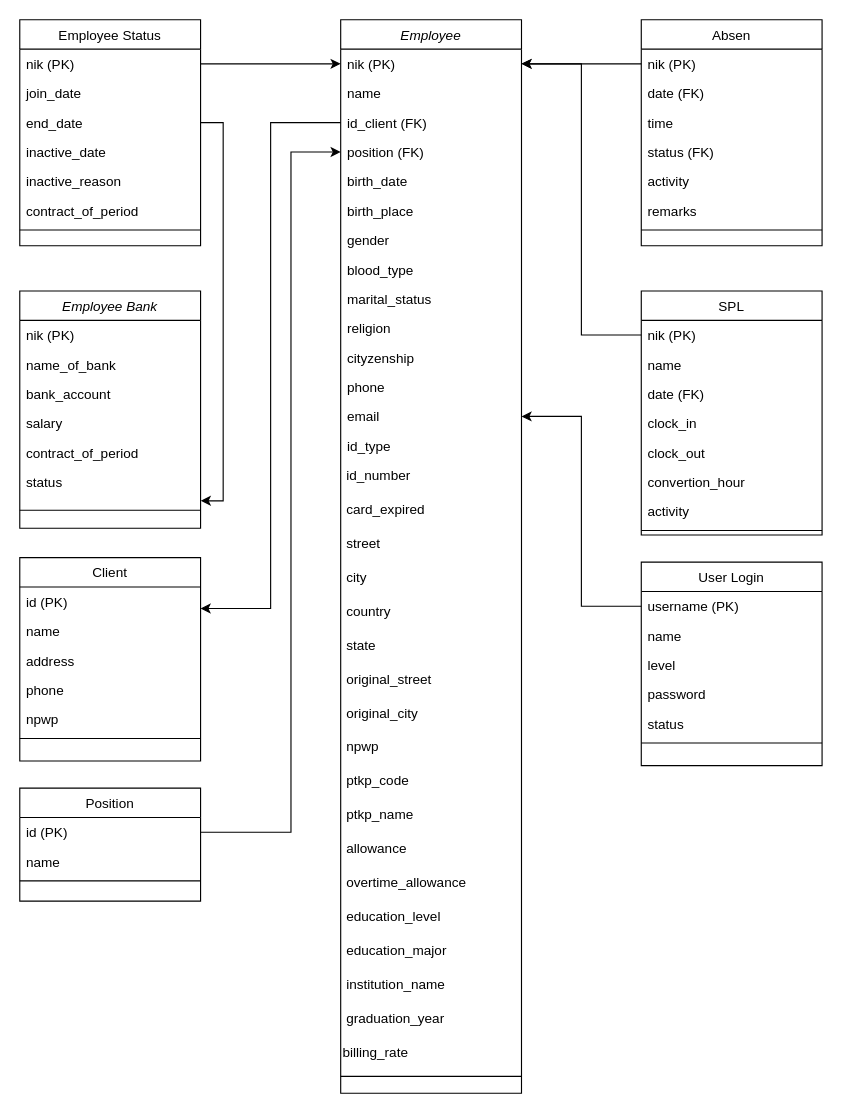
w4hyud1/leni_karyawan keeps this draw.io diagram as ERD.drawio. Above is the earlier version. Source tidied: cells renumbered, new cells numbered last; positions are measured from the earlier drawing's top-left corner, leaving out a move shared by most shapes. Both pictures are drawn from the tidied source at 113%, with x=0, y=0 at pixel (19, 19).
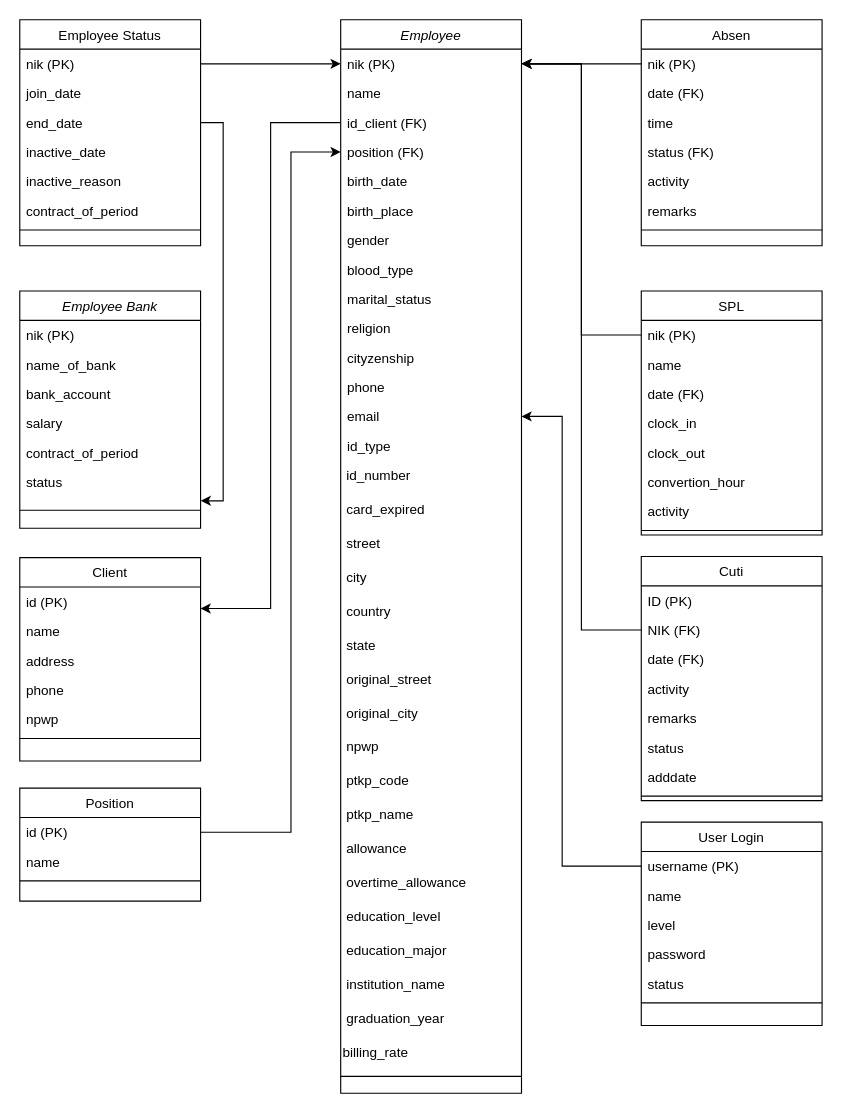
The same page after the edit.

The change refers to these unchanged cells:
```xml
<mxCell id="27" value="nik (PK)" style="text;align=left;verticalAlign=top;spacingLeft=4;spacingRight=4;overflow=hidden;points=[[0,0.5],[1,0.5]];portConstraint=eastwest;rounded=0;shadow=0;html=0;" parent="26" vertex="1">
  <mxGeometry y="26" width="160" height="26" as="geometry" />
</mxCell>
<mxCell id="39" value="email" style="text;align=left;verticalAlign=top;spacingLeft=4;spacingRight=4;overflow=hidden;points=[[0,0.5],[1,0.5]];portConstraint=eastwest;rounded=0;shadow=0;html=0;" parent="26" vertex="1">
  <mxGeometry y="338" width="160" height="26" as="geometry" />
</mxCell>
<mxCell id="81" value="username (PK)" style="text;align=left;verticalAlign=top;spacingLeft=4;spacingRight=4;overflow=hidden;points=[[0,0.5],[1,0.5]];portConstraint=eastwest;" parent="80" vertex="1">
  <mxGeometry y="26" width="160" height="26" as="geometry" />
</mxCell>
```

Change to the diagram source:
```diff
@@
     <mxCell id="80" value="User Login" style="swimlane;fontStyle=0;align=center;verticalAlign=top;horizontal=1;startSize=26;rounded=0;shadow=0;strokeWidth=1;" parent="1" vertex="1">
-      <mxGeometry x="550" y="480" width="160" height="180" as="geometry" />
+      <mxGeometry x="550" y="710" width="160" height="180" as="geometry" />
     </mxCell>
@@
     <mxCell id="92" style="edgeStyle=orthogonalEdgeStyle;rounded=0;jettySize=auto;html=1;exitX=0;exitY=0.5;exitDx=0;exitDy=0;entryX=1;entryY=0.5;entryDx=0;entryDy=0;" parent="1" edge="1" source="81" target="39">
-      <mxGeometry relative="1" as="geometry" />
+      <mxGeometry relative="1" as="geometry">
+        <Array as="points">
+          <mxPoint x="480" y="749" />
+          <mxPoint x="480" y="351" />
+        </Array>
+      </mxGeometry>
     </mxCell>
@@
+    <mxCell id="94" value="Cuti" style="swimlane;fontStyle=0;align=center;verticalAlign=top;horizontal=1;startSize=26;rounded=0;shadow=0;strokeWidth=1;" parent="1" vertex="1">
+      <mxGeometry x="550" y="475" width="160" height="216" as="geometry" />
+    </mxCell>
+    <mxCell id="95" value="ID (PK)" style="text;align=left;verticalAlign=top;spacingLeft=4;spacingRight=4;overflow=hidden;" parent="94" vertex="1">
+      <mxGeometry y="26" width="160" height="26" as="geometry" />
+    </mxCell>
+    <mxCell id="96" value="NIK (FK)" style="text;align=left;verticalAlign=top;spacingLeft=4;spacingRight=4;overflow=hidden;points=[[0,0.5],[1,0.5]];portConstraint=eastwest;" parent="94" vertex="1">
+      <mxGeometry y="52" width="160" height="26" as="geometry" />
+    </mxCell>
+    <mxCell id="97" value="date (FK)" style="text;align=left;verticalAlign=top;spacingLeft=4;spacingRight=4;overflow=hidden;" parent="94" vertex="1">
+      <mxGeometry y="78" width="160" height="26" as="geometry" />
+    </mxCell>
+    <mxCell id="98" value="activity" style="text;align=left;verticalAlign=top;spacingLeft=4;spacingRight=4;overflow=hidden;" parent="94" vertex="1">
+      <mxGeometry y="104" width="160" height="26" as="geometry" />
+    </mxCell>
+    <mxCell id="99" value="remarks" style="text;align=left;verticalAlign=top;spacingLeft=4;spacingRight=4;overflow=hidden;" parent="94" vertex="1">
+      <mxGeometry y="130" width="160" height="26" as="geometry" />
+    </mxCell>
+    <mxCell id="100" value="status" style="text;align=left;verticalAlign=top;spacingLeft=4;spacingRight=4;overflow=hidden;" parent="94" vertex="1">
+      <mxGeometry y="156" width="160" height="26" as="geometry" />
+    </mxCell>
+    <mxCell id="101" value="adddate" style="text;align=left;verticalAlign=top;spacingLeft=4;spacingRight=4;overflow=hidden;" parent="94" vertex="1">
+      <mxGeometry y="182" width="160" height="26" as="geometry" />
+    </mxCell>
+    <mxCell id="102" style="line;html=1;strokeWidth=1;align=left;verticalAlign=middle;spacingTop=-1;spacingLeft=3;spacingRight=3;labelPosition=right;" parent="94" vertex="1">
+      <mxGeometry y="208" width="160" height="8" as="geometry" />
+    </mxCell>
+    <mxCell id="103" style="edgeStyle=orthogonalEdgeStyle;rounded=0;jettySize=auto;html=1;exitX=0;exitY=0.5;exitDx=0;exitDy=0;entryX=1;entryY=0.5;entryDx=0;entryDy=0;" parent="1" edge="1" source="96" target="27">
+      <mxGeometry relative="1" as="geometry" />
+    </mxCell>
```
